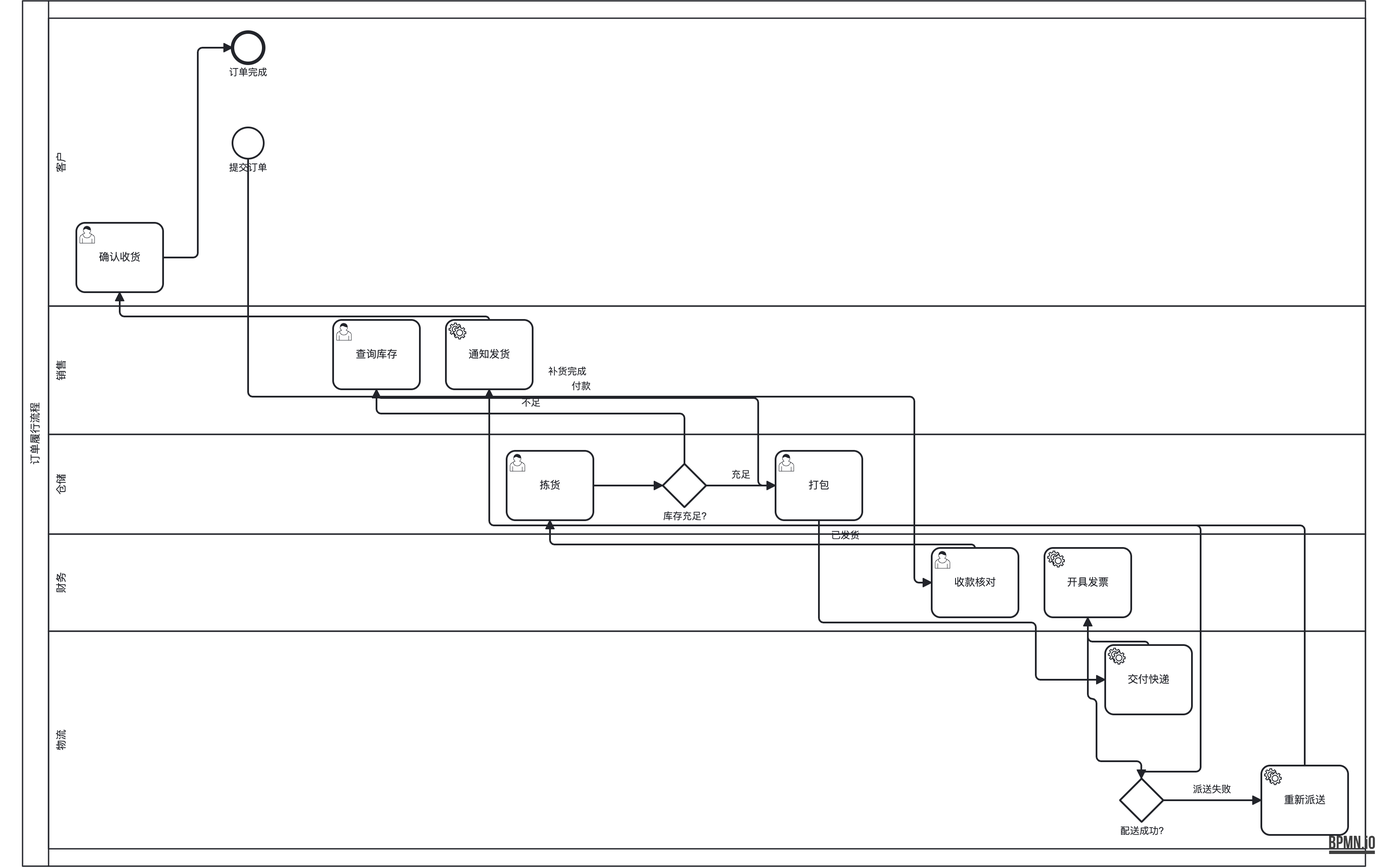
LcpMarvel/tramito-layout keeps this BPMN diagram as out-bpmn-png/41-cross-lane-dense.png. Above is the earlier version. Its source is kept beside it as out-xml/41-cross-lane-dense.bpmn. Ids are renumbered.
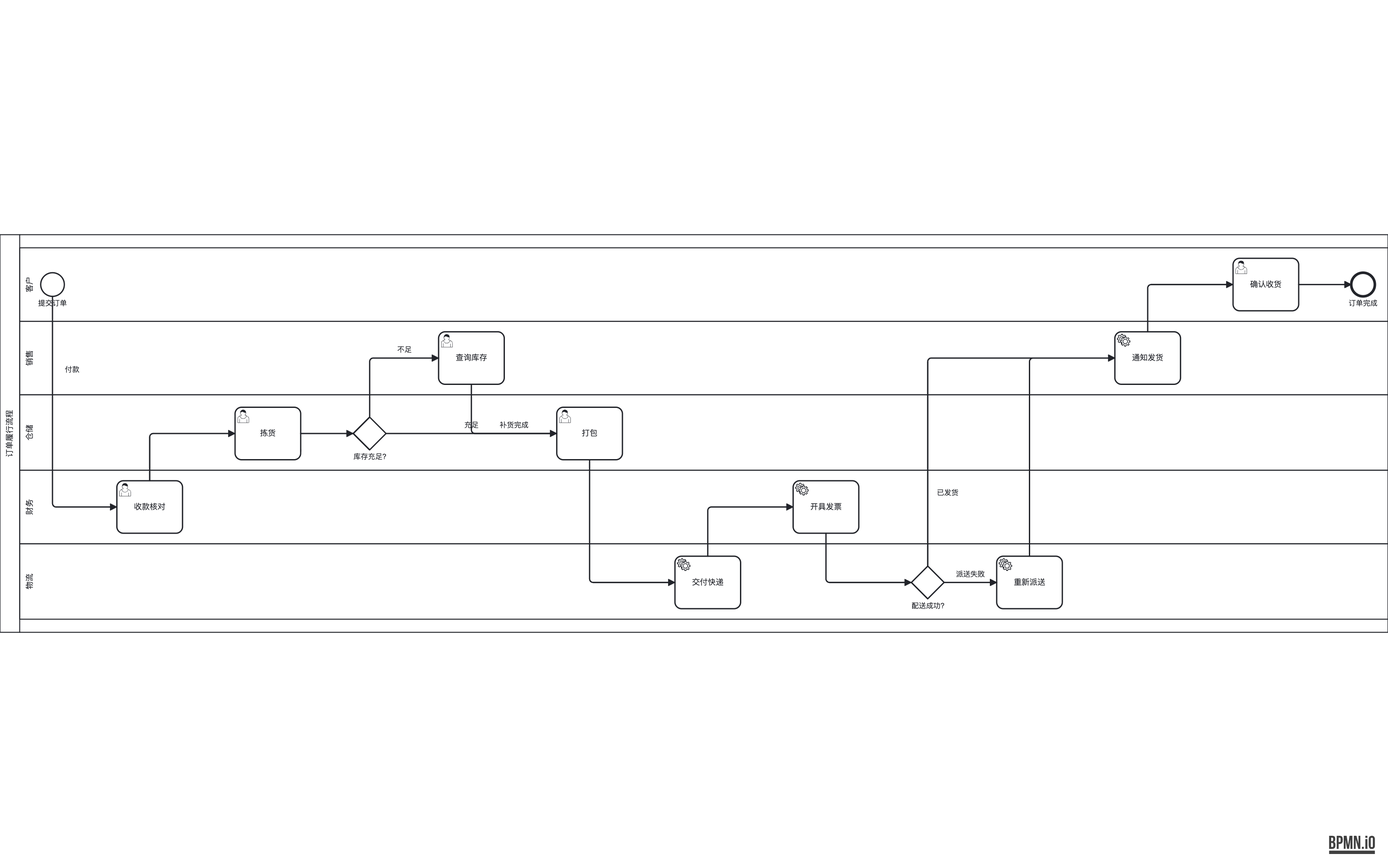
The same diagram one commit later.

The edit, as a diff of the source:
```diff
@@ -100,179 +100,160 @@
   <bpmndi:BPMNDiagram id="BPMNDiagram_definitions_fuzz_cross_lane_dense_1" name="BPMNDiagram">
     <bpmndi:BPMNPlane id="BPMNPlane_definitions_fuzz_cross_lane_dense_1" bpmnElement="collaboration_fuzz1">
       <bpmndi:BPMNShape id="collaboration_fuzz1_di" bpmnElement="collaboration_fuzz1">
-        <dc:Bounds x="0" y="0" width="1548" height="998" />
+        <dc:Bounds x="0" y="0" width="2114" height="606" />
       </bpmndi:BPMNShape>
       <bpmndi:BPMNShape id="pool_main_di" bpmnElement="pool_main" isHorizontal="true">
-        <dc:Bounds x="0" y="0" width="1548" height="998" />
+        <dc:Bounds x="0" y="0" width="2114" height="606" />
       </bpmndi:BPMNShape>
       <bpmndi:BPMNShape id="lane_customer_di" bpmnElement="lane_customer" isHorizontal="true">
-        <dc:Bounds x="30" y="20" width="1518" height="332" />
+        <dc:Bounds x="30" y="20" width="2084" height="112" />
       </bpmndi:BPMNShape>
       <bpmndi:BPMNShape id="start_order_di" bpmnElement="start_order">
-        <dc:Bounds x="242" y="146" width="36" height="36" />
+        <dc:Bounds x="62" y="58" width="36" height="36" />
         <bpmndi:BPMNLabel>
-          <dc:Bounds x="210" y="186" width="100" height="14" />
+          <dc:Bounds x="30" y="98" width="100" height="14" />
         </bpmndi:BPMNLabel>
       </bpmndi:BPMNShape>
       <bpmndi:BPMNShape id="task_confirm_di" bpmnElement="task_confirm">
-        <dc:Bounds x="62" y="256" width="100" height="80" />
+        <dc:Bounds x="1878" y="36" width="100" height="80" />
       </bpmndi:BPMNShape>
       <bpmndi:BPMNShape id="end_complete_di" bpmnElement="end_complete">
-        <dc:Bounds x="242" y="36" width="36" height="36" />
+        <dc:Bounds x="2058" y="58" width="36" height="36" />
         <bpmndi:BPMNLabel>
-          <dc:Bounds x="210" y="76" width="100" height="14" />
+          <dc:Bounds x="2026" y="98" width="100" height="14" />
         </bpmndi:BPMNLabel>
       </bpmndi:BPMNShape>
       <bpmndi:BPMNShape id="lane_sales_di" bpmnElement="lane_sales" isHorizontal="true">
-        <dc:Bounds x="30" y="352" width="1518" height="148" />
+        <dc:Bounds x="30" y="132" width="2084" height="112" />
       </bpmndi:BPMNShape>
       <bpmndi:BPMNShape id="task_check_stock_di" bpmnElement="task_check_stock">
-        <dc:Bounds x="358" y="368" width="100" height="80" />
+        <dc:Bounds x="668" y="148" width="100" height="80" />
       </bpmndi:BPMNShape>
       <bpmndi:BPMNShape id="task_notify_ship_di" bpmnElement="task_notify_ship">
-        <dc:Bounds x="488" y="368" width="100" height="80" />
+        <dc:Bounds x="1698" y="148" width="100" height="80" />
       </bpmndi:BPMNShape>
       <bpmndi:BPMNShape id="lane_warehouse_di" bpmnElement="lane_warehouse" isHorizontal="true">
-        <dc:Bounds x="30" y="500" width="1518" height="115" />
+        <dc:Bounds x="30" y="244" width="2084" height="115" />
       </bpmndi:BPMNShape>
       <bpmndi:BPMNShape id="task_pick_di" bpmnElement="task_pick">
-        <dc:Bounds x="558" y="519" width="100" height="80" />
+        <dc:Bounds x="358" y="263" width="100" height="80" />
       </bpmndi:BPMNShape>
       <bpmndi:BPMNShape id="gw_stock_di" bpmnElement="gw_stock">
-        <dc:Bounds x="738" y="534" width="50" height="50" />
+        <dc:Bounds x="538" y="278" width="50" height="50" />
         <bpmndi:BPMNLabel>
-          <dc:Bounds x="713" y="588" width="100" height="14" />
+          <dc:Bounds x="531.5" y="332" width="63" height="14" />
         </bpmndi:BPMNLabel>
       </bpmndi:BPMNShape>
       <bpmndi:BPMNShape id="task_pack_di" bpmnElement="task_pack">
-        <dc:Bounds x="868" y="519" width="100" height="80" />
+        <dc:Bounds x="848" y="263" width="100" height="80" />
       </bpmndi:BPMNShape>
       <bpmndi:BPMNShape id="lane_finance_di" bpmnElement="lane_finance" isHorizontal="true">
-        <dc:Bounds x="30" y="615" width="1518" height="112" />
+        <dc:Bounds x="30" y="359" width="2084" height="112" />
       </bpmndi:BPMNShape>
       <bpmndi:BPMNShape id="task_payment_di" bpmnElement="task_payment">
-        <dc:Bounds x="1048" y="631" width="100" height="80" />
+        <dc:Bounds x="178" y="375" width="100" height="80" />
       </bpmndi:BPMNShape>
       <bpmndi:BPMNShape id="task_invoice_di" bpmnElement="task_invoice">
-        <dc:Bounds x="1178" y="631" width="100" height="80" />
+        <dc:Bounds x="1208" y="375" width="100" height="80" />
       </bpmndi:BPMNShape>
       <bpmndi:BPMNShape id="lane_logistics_di" bpmnElement="lane_logistics" isHorizontal="true">
-        <dc:Bounds x="30" y="727" width="1518" height="251" />
+        <dc:Bounds x="30" y="471" width="2084" height="115" />
       </bpmndi:BPMNShape>
       <bpmndi:BPMNShape id="task_handover_di" bpmnElement="task_handover">
-        <dc:Bounds x="1248" y="743" width="100" height="80" />
+        <dc:Bounds x="1028" y="490" width="100" height="80" />
       </bpmndi:BPMNShape>
       <bpmndi:BPMNShape id="gw_deliver_di" bpmnElement="gw_deliver">
-        <dc:Bounds x="1264.6666666666667" y="897" width="50" height="50" />
+        <dc:Bounds x="1388" y="505" width="50" height="50" />
         <bpmndi:BPMNLabel>
-          <dc:Bounds x="1239.6666666666667" y="951" width="100" height="14" />
+          <dc:Bounds x="1381.5" y="559" width="63" height="14" />
         </bpmndi:BPMNLabel>
       </bpmndi:BPMNShape>
       <bpmndi:BPMNShape id="task_redeliver_di" bpmnElement="task_redeliver">
-        <dc:Bounds x="1428" y="882" width="100" height="80" />
+        <dc:Bounds x="1518" y="490" width="100" height="80" />
       </bpmndi:BPMNShape>
       <bpmndi:BPMNEdge id="f_start_payment_di" bpmnElement="f_start_payment">
-        <di:waypoint x="260" y="182" />
-        <di:waypoint x="260" y="456.5" />
-        <di:waypoint x="1028" y="456.5" />
-        <di:waypoint x="1028" y="671" />
-        <di:waypoint x="1048" y="671" />
+        <di:waypoint x="80" y="94" />
+        <di:waypoint x="80" y="415" />
+        <di:waypoint x="178" y="415" />
         <bpmndi:BPMNLabel>
-          <dc:Bounds x="619" y="437.5" width="50" height="14" />
+          <dc:Bounds x="85" y="199.35" width="50" height="14" />
         </bpmndi:BPMNLabel>
       </bpmndi:BPMNEdge>
       <bpmndi:BPMNEdge id="f_payment_pick_di" bpmnElement="f_payment_pick">
-        <di:waypoint x="1098" y="631" />
-        <di:waypoint x="1098" y="627" />
-        <di:waypoint x="608" y="627" />
-        <di:waypoint x="608" y="599" />
+        <di:waypoint x="228" y="375" />
+        <di:waypoint x="228" y="303" />
+        <di:waypoint x="358" y="303" />
       </bpmndi:BPMNEdge>
       <bpmndi:BPMNEdge id="f_pick_gw_di" bpmnElement="f_pick_gw">
-        <di:waypoint x="658" y="559" />
-        <di:waypoint x="738" y="559" />
+        <di:waypoint x="458" y="303" />
+        <di:waypoint x="538" y="303" />
       </bpmndi:BPMNEdge>
       <bpmndi:BPMNEdge id="f_gw_check_stock_di" bpmnElement="f_gw_check_stock">
-        <di:waypoint x="763" y="534" />
-        <di:waypoint x="763" y="476" />
-        <di:waypoint x="408" y="476" />
-        <di:waypoint x="408" y="448" />
+        <di:waypoint x="563" y="278" />
+        <di:waypoint x="563" y="188" />
+        <di:waypoint x="668" y="188" />
         <bpmndi:BPMNLabel>
-          <dc:Bounds x="560.5" y="457" width="50" height="14" />
+          <dc:Bounds x="590.5" y="169" width="50" height="14" />
         </bpmndi:BPMNLabel>
       </bpmndi:BPMNEdge>
       <bpmndi:BPMNEdge id="f_check_stock_pack_di" bpmnElement="f_check_stock_pack">
-        <di:waypoint x="408" y="448" />
-        <di:waypoint x="408" y="458" />
-        <di:waypoint x="848" y="458" />
-        <di:waypoint x="848" y="559" />
-        <di:waypoint x="868" y="559" />
+        <di:waypoint x="718" y="228" />
+        <di:waypoint x="718" y="303" />
+        <di:waypoint x="848" y="303" />
         <bpmndi:BPMNLabel>
-          <dc:Bounds x="603" y="421" width="50" height="14" />
+          <dc:Bounds x="758" y="284" width="50" height="14" />
         </bpmndi:BPMNLabel>
       </bpmndi:BPMNEdge>
       <bpmndi:BPMNEdge id="f_gw_pack_direct_di" bpmnElement="f_gw_pack_direct">
-        <di:waypoint x="788" y="559" />
-        <di:waypoint x="868" y="559" />
+        <di:waypoint x="588" y="303" />
+        <di:waypoint x="848" y="303" />
         <bpmndi:BPMNLabel>
-          <dc:Bounds x="803" y="540" width="50" height="14" />
+          <dc:Bounds x="693" y="284" width="50" height="14" />
         </bpmndi:BPMNLabel>
       </bpmndi:BPMNEdge>
       <bpmndi:BPMNEdge id="f_pack_handover_di" bpmnElement="f_pack_handover">
-        <di:waypoint x="918" y="599" />
-        <di:waypoint x="918" y="717" />
-        <di:waypoint x="1168" y="717" />
-        <di:waypoint x="1168" y="783" />
-        <di:waypoint x="1248" y="783" />
+        <di:waypoint x="898" y="343" />
+        <di:waypoint x="898" y="530" />
+        <di:waypoint x="1028" y="530" />
       </bpmndi:BPMNEdge>
       <bpmndi:BPMNEdge id="f_handover_invoice_di" bpmnElement="f_handover_invoice">
-        <di:waypoint x="1298" y="743" />
-        <di:waypoint x="1298" y="739" />
-        <di:waypoint x="1228" y="739" />
-        <di:waypoint x="1228" y="711" />
+        <di:waypoint x="1078" y="490" />
+        <di:waypoint x="1078" y="415" />
+        <di:waypoint x="1208" y="415" />
       </bpmndi:BPMNEdge>
       <bpmndi:BPMNEdge id="f_invoice_gw_deliver_di" bpmnElement="f_invoice_gw_deliver">
-        <di:waypoint x="1228" y="711" />
-        <di:waypoint x="1228" y="805" />
-        <di:waypoint x="1238" y="805" />
-        <di:waypoint x="1238" y="877" />
-        <di:waypoint x="1289.6666666666667" y="877" />
-        <di:waypoint x="1289.6666666666667" y="897" />
+        <di:waypoint x="1258" y="455" />
+        <di:waypoint x="1258" y="530" />
+        <di:waypoint x="1388" y="530" />
       </bpmndi:BPMNEdge>
       <bpmndi:BPMNEdge id="f_deliver_notify_di" bpmnElement="f_deliver_notify">
-        <di:waypoint x="1289.6666666666667" y="897" />
-        <di:waypoint x="1289.6666666666667" y="889" />
-        <di:waypoint x="1358" y="889" />
-        <di:waypoint x="1358" y="605" />
-        <di:waypoint x="538" y="605" />
-        <di:waypoint x="538" y="448" />
+        <di:waypoint x="1413" y="505" />
+        <di:waypoint x="1413" y="188" />
+        <di:waypoint x="1698" y="188" />
         <bpmndi:BPMNLabel>
-          <dc:Bounds x="923" y="610" width="50" height="14" />
+          <dc:Bounds x="1418" y="387.05" width="50" height="14" />
         </bpmndi:BPMNLabel>
       </bpmndi:BPMNEdge>
       <bpmndi:BPMNEdge id="f_redeliver_loop_di" bpmnElement="f_redeliver_loop">
-        <di:waypoint x="1314.6666666666667" y="922" />
-        <di:waypoint x="1428" y="922" />
+        <di:waypoint x="1438" y="530" />
+        <di:waypoint x="1518" y="530" />
         <bpmndi:BPMNLabel>
-          <dc:Bounds x="1346.3333333333335" y="903" width="50" height="14" />
+          <dc:Bounds x="1453" y="511" width="50" height="14" />
         </bpmndi:BPMNLabel>
       </bpmndi:BPMNEdge>
       <bpmndi:BPMNEdge id="f_redeliver_notify_di" bpmnElement="f_redeliver_notify">
-        <di:waypoint x="1478" y="882" />
-        <di:waypoint x="1478" y="605" />
-        <di:waypoint x="538" y="605" />
-        <di:waypoint x="538" y="448" />
+        <di:waypoint x="1568" y="490" />
+        <di:waypoint x="1568" y="188" />
+        <di:waypoint x="1698" y="188" />
       </bpmndi:BPMNEdge>
       <bpmndi:BPMNEdge id="f_notify_confirm_di" bpmnElement="f_notify_confirm">
-        <di:waypoint x="538" y="368" />
-        <di:waypoint x="538" y="364" />
-        <di:waypoint x="112" y="364" />
-        <di:waypoint x="112" y="336" />
+        <di:waypoint x="1748" y="148" />
+        <di:waypoint x="1748" y="76" />
+        <di:waypoint x="1878" y="76" />
       </bpmndi:BPMNEdge>
       <bpmndi:BPMNEdge id="f_confirm_end_di" bpmnElement="f_confirm_end">
-        <di:waypoint x="162" y="296" />
-        <di:waypoint x="202" y="296" />
-        <di:waypoint x="202" y="54" />
-        <di:waypoint x="242" y="54" />
+        <di:waypoint x="1978" y="76" />
+        <di:waypoint x="2058" y="76" />
       </bpmndi:BPMNEdge>
     </bpmndi:BPMNPlane>
   </bpmndi:BPMNDiagram>
```
